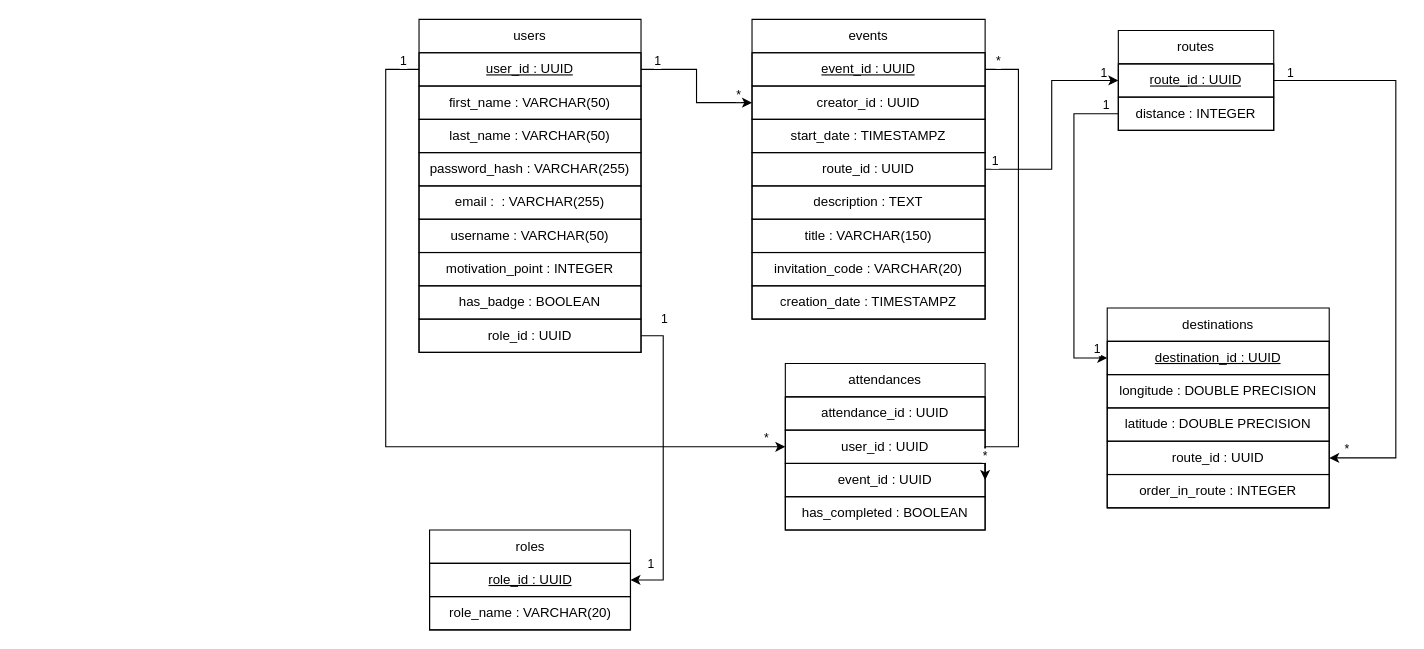
The draw.io diagram Schemes/DBTables.drawio in bcem00/WalkTogether, before the edit. Source tidied: cells renumbered, new cells numbered last; positions are measured from the earlier drawing's top-left corner, leaving out a move shared by most shapes. Both pictures are drawn from the tidied source at 111%, with x=0, y=0 at pixel (385, 19).
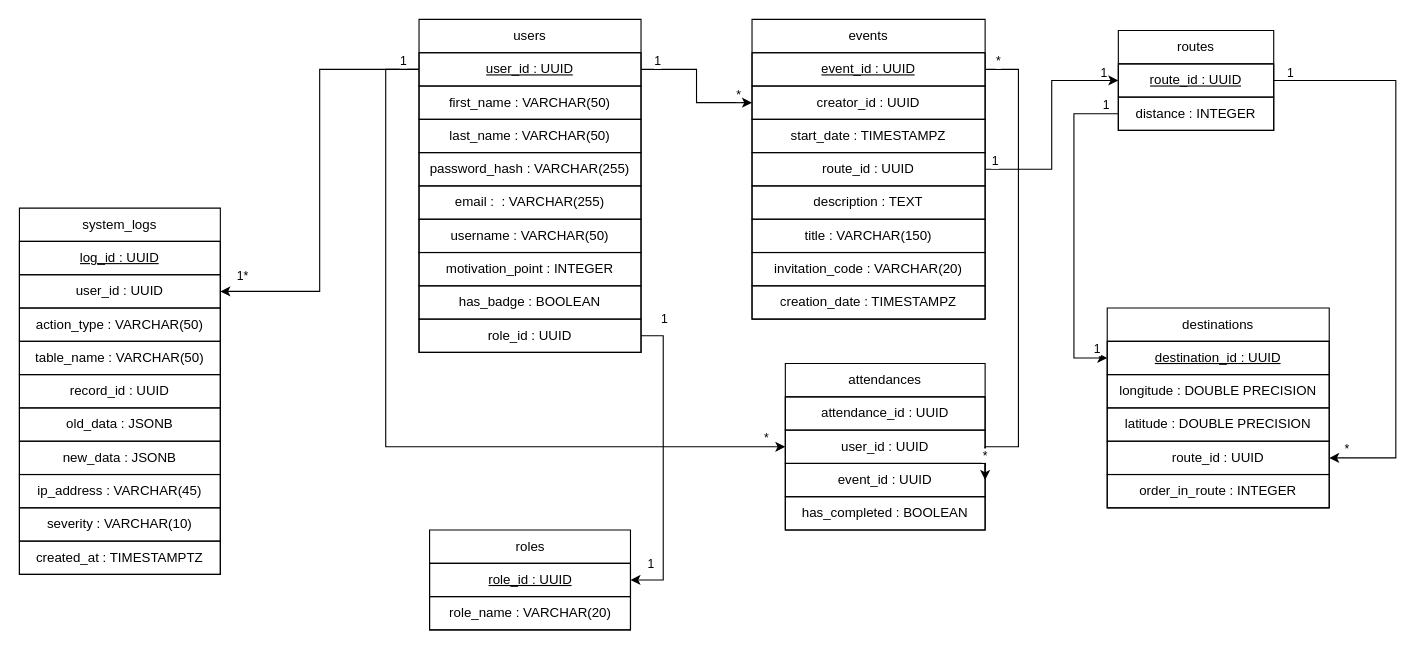
Above is the later version.

Commit message (it also covers changes not shown here):
Added system_log table and log triggers

Unchanged cells that the change refers to:
```xml
<mxCell id="9" value="user_id : UUID" style="text;strokeColor=default;fillColor=none;align=center;verticalAlign=middle;spacingLeft=4;spacingRight=4;overflow=hidden;points=[[0,0.5],[1,0.5]];portConstraint=eastwest;whiteSpace=wrap;html=1;fontStyle=4;" parent="8" vertex="1">
  <mxGeometry y="30" width="200" height="30" as="geometry" />
</mxCell>
```

Change to the diagram source:
```diff
@@
+    <mxCell id="59" value="system_logs" style="swimlane;fontStyle=0;horizontal=1;startSize=30;whiteSpace=wrap;html=1;" parent="1" vertex="1">
+      <mxGeometry x="-330" y="170" width="181" height="330" as="geometry" />
+    </mxCell>
+    <mxCell id="60" value="log_id : UUID" style="text;strokeColor=default;fillColor=none;align=center;verticalAlign=middle;spacingLeft=4;spacingRight=4;overflow=hidden;whiteSpace=wrap;html=1;fontStyle=4;fontFamily=Helvetica;labelBorderColor=none;textShadow=0;" parent="59" vertex="1">
+      <mxGeometry y="30" width="181" height="30" as="geometry" />
+    </mxCell>
+    <mxCell id="61" value="user_id : UUID" style="text;strokeColor=default;fillColor=none;align=center;verticalAlign=middle;spacingLeft=4;spacingRight=4;overflow=hidden;points=[[0,0.5],[1,0.5]];portConstraint=eastwest;whiteSpace=wrap;html=1;" parent="59" vertex="1">
+      <mxGeometry y="60" width="181" height="30" as="geometry" />
+    </mxCell>
+    <mxCell id="62" value="action_type : VARCHAR(50)" style="text;strokeColor=default;fillColor=none;align=center;verticalAlign=middle;spacingLeft=4;spacingRight=4;overflow=hidden;whiteSpace=wrap;html=1;" parent="59" vertex="1">
+      <mxGeometry y="90" width="181" height="30" as="geometry" />
+    </mxCell>
+    <mxCell id="63" value="table_name : VARCHAR(50)" style="text;strokeColor=default;fillColor=none;align=center;verticalAlign=middle;spacingLeft=4;spacingRight=4;overflow=hidden;whiteSpace=wrap;html=1;" parent="59" vertex="1">
+      <mxGeometry y="120" width="181" height="30" as="geometry" />
+    </mxCell>
+    <mxCell id="64" value="record_id : UUID" style="text;strokeColor=default;fillColor=none;align=center;verticalAlign=middle;spacingLeft=4;spacingRight=4;overflow=hidden;whiteSpace=wrap;html=1;" parent="59" vertex="1">
+      <mxGeometry y="150" width="181" height="30" as="geometry" />
+    </mxCell>
+    <mxCell id="65" value="old_data : JSONB" style="text;strokeColor=default;fillColor=none;align=center;verticalAlign=middle;spacingLeft=4;spacingRight=4;overflow=hidden;whiteSpace=wrap;html=1;" parent="59" vertex="1">
+      <mxGeometry y="180" width="181" height="30" as="geometry" />
+    </mxCell>
+    <mxCell id="66" value="new_data : JSONB" style="text;strokeColor=default;fillColor=none;align=center;verticalAlign=middle;spacingLeft=4;spacingRight=4;overflow=hidden;whiteSpace=wrap;html=1;" parent="59" vertex="1">
+      <mxGeometry y="210" width="181" height="30" as="geometry" />
+    </mxCell>
+    <mxCell id="67" value="ip_address : VARCHAR(45)" style="text;strokeColor=default;fillColor=none;align=center;verticalAlign=middle;spacingLeft=4;spacingRight=4;overflow=hidden;whiteSpace=wrap;html=1;" parent="59" vertex="1">
+      <mxGeometry y="240" width="181" height="30" as="geometry" />
+    </mxCell>
+    <mxCell id="68" value="severity : VARCHAR(10)" style="text;strokeColor=default;fillColor=none;align=center;verticalAlign=middle;spacingLeft=4;spacingRight=4;overflow=hidden;whiteSpace=wrap;html=1;" parent="59" vertex="1">
+      <mxGeometry y="270" width="181" height="30" as="geometry" />
+    </mxCell>
+    <mxCell id="69" value="created_at : TIMESTAMPTZ" style="text;strokeColor=default;fillColor=none;align=center;verticalAlign=middle;spacingLeft=4;spacingRight=4;overflow=hidden;whiteSpace=wrap;html=1;" parent="59" vertex="1">
+      <mxGeometry y="300" width="181" height="30" as="geometry" />
+    </mxCell>
+    <mxCell id="70" style="edgeStyle=orthogonalEdgeStyle;rounded=0;jettySize=auto;html=1;entryX=1;entryY=0.5;entryDx=0;entryDy=0;" parent="1" edge="1" source="9" target="61">
+      <mxGeometry relative="1" as="geometry" />
+    </mxCell>
+    <mxCell id="71" value="1*" style="edgeLabel;html=1;align=center;verticalAlign=middle;" parent="70" vertex="1">
+      <mxGeometry x="0.92" relative="1" as="geometry">
+        <mxPoint x="4" y="-15" as="offset" />
+      </mxGeometry>
+    </mxCell>
```
